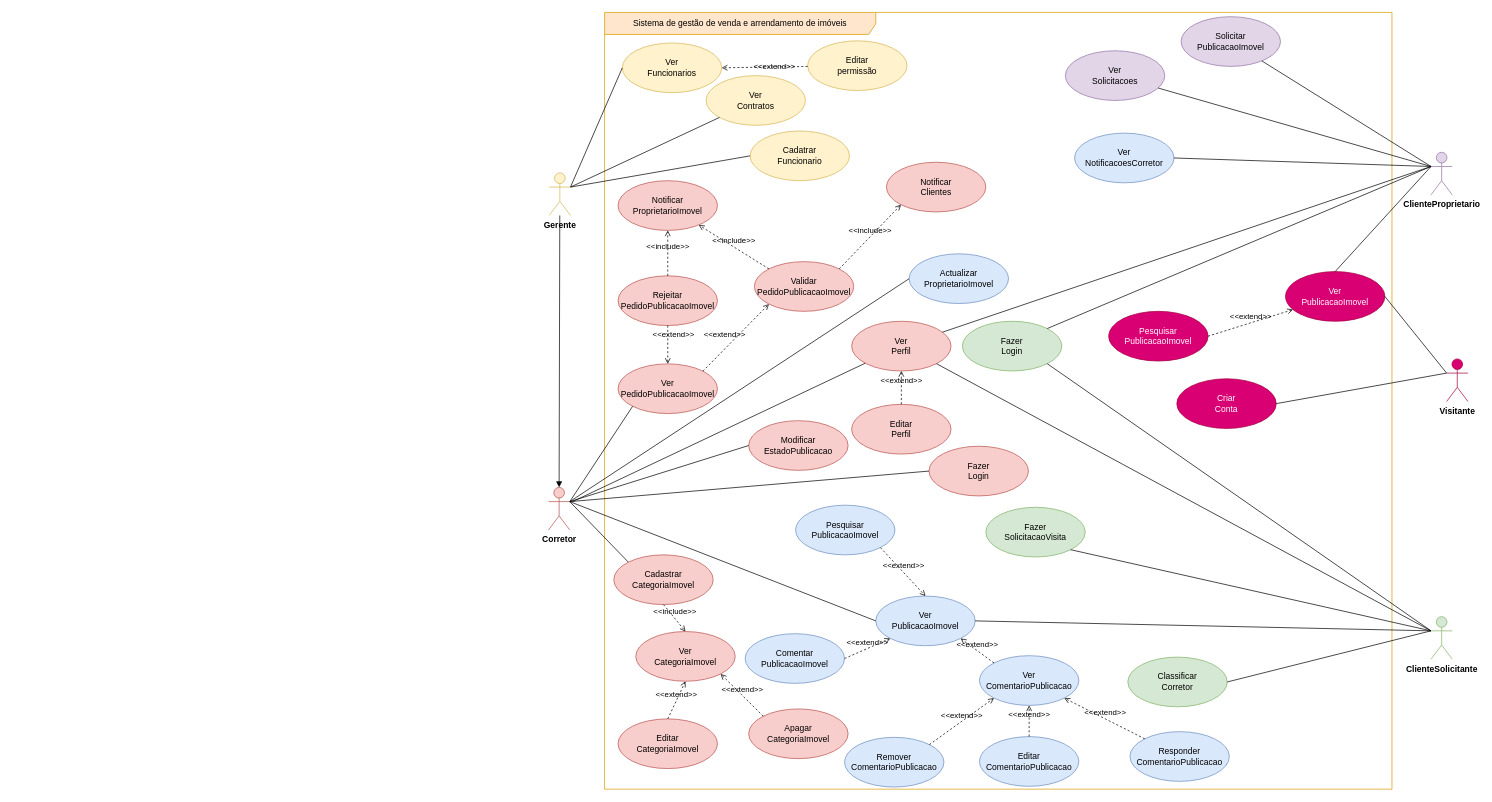
Earlier version of the draw.io diagram DiagramaDeCasoDeUso.drawio (CedrickMansoni/App-Imobiliaria-Diagramas). Source tidied: cells renumbered, new cells numbered last; positions are measured from the earlier drawing's top-left corner, leaving out a move shared by most shapes. Both pictures are drawn from the tidied source at 71%, with x=0, y=0 at pixel (548, 12).
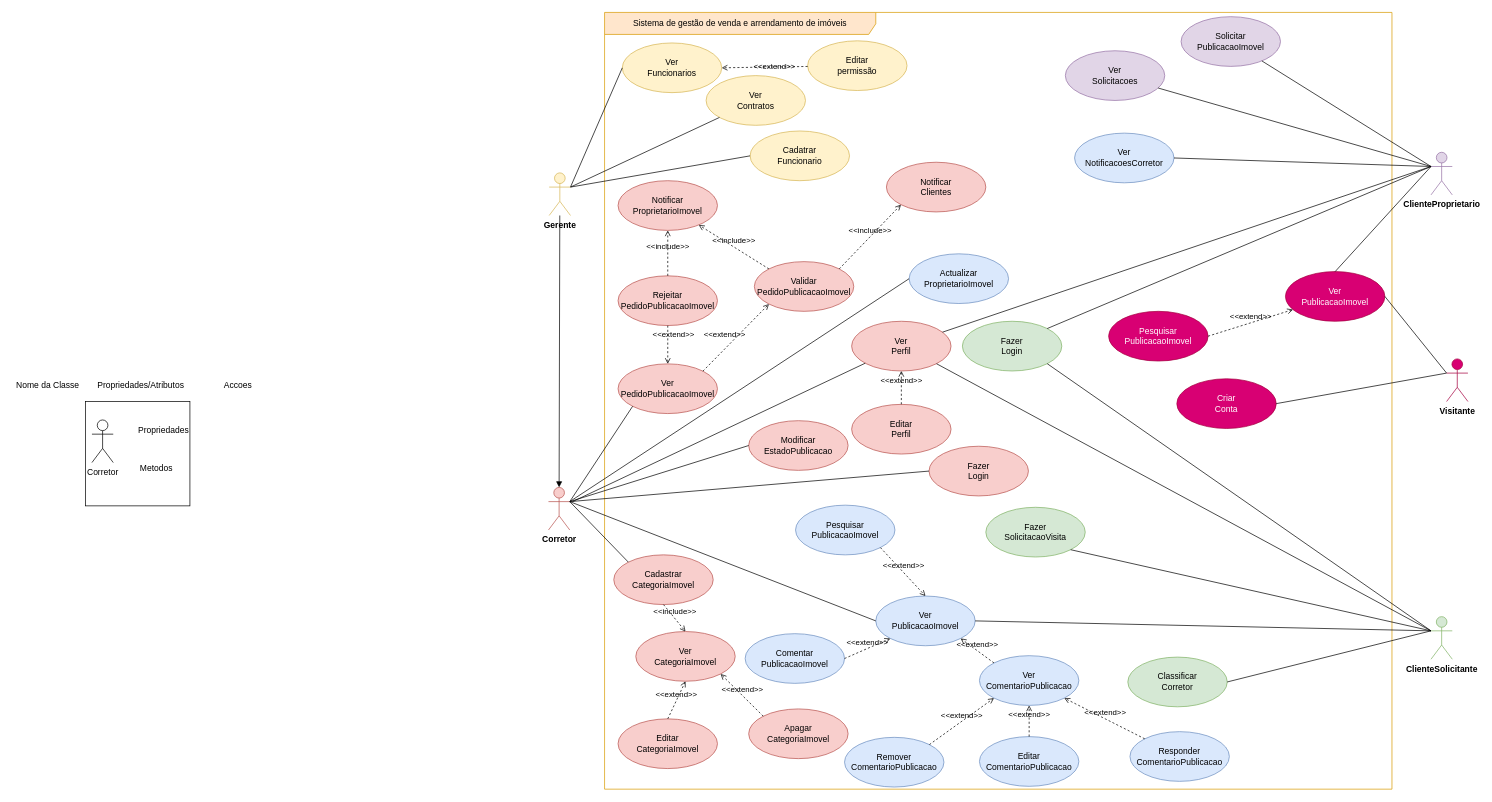
The same diagram, later.

Commit message (it also covers changes not shown here):
Nova correccao nos diagramas de caso de uso

Change to the diagram source:
```diff
@@
+    <mxCell id="83" style="whiteSpace=wrap;html=1;" parent="1" vertex="1">
+      <mxGeometry x="-652" y="548" width="147" height="147" as="geometry" />
+    </mxCell>
@@
+    <mxCell id="84" value="Corretor" style="shape=umlActor;verticalLabelPosition=bottom;verticalAlign=top;html=1;" parent="1" vertex="1">
+      <mxGeometry x="-643" y="574" width="30" height="60" as="geometry" />
+    </mxCell>
+    <mxCell id="85" value="Propriedades" style="text;html=1;align=center;verticalAlign=middle;whiteSpace=wrap;rounded=0;" parent="1" vertex="1">
+      <mxGeometry x="-572" y="574" width="60" height="30" as="geometry" />
+    </mxCell>
+    <mxCell id="86" value="Metodos" style="text;html=1;align=center;verticalAlign=middle;whiteSpace=wrap;rounded=0;" parent="1" vertex="1">
+      <mxGeometry x="-582" y="627" width="60" height="30" as="geometry" />
+    </mxCell>
+    <mxCell id="87" value="Nome da Classe" style="text;html=1;align=center;verticalAlign=middle;whiteSpace=wrap;rounded=0;" parent="1" vertex="1">
+      <mxGeometry x="-755" y="510" width="100" height="30" as="geometry" />
+    </mxCell>
+    <mxCell id="88" value="Propriedades/Atributos" style="text;html=1;align=center;verticalAlign=middle;whiteSpace=wrap;rounded=0;" parent="1" vertex="1">
+      <mxGeometry x="-604" y="510" width="60" height="30" as="geometry" />
+    </mxCell>
+    <mxCell id="89" value="Accoes" style="text;html=1;align=center;verticalAlign=middle;whiteSpace=wrap;rounded=0;" parent="1" vertex="1">
+      <mxGeometry x="-467" y="510" width="60" height="30" as="geometry" />
+    </mxCell>
```
